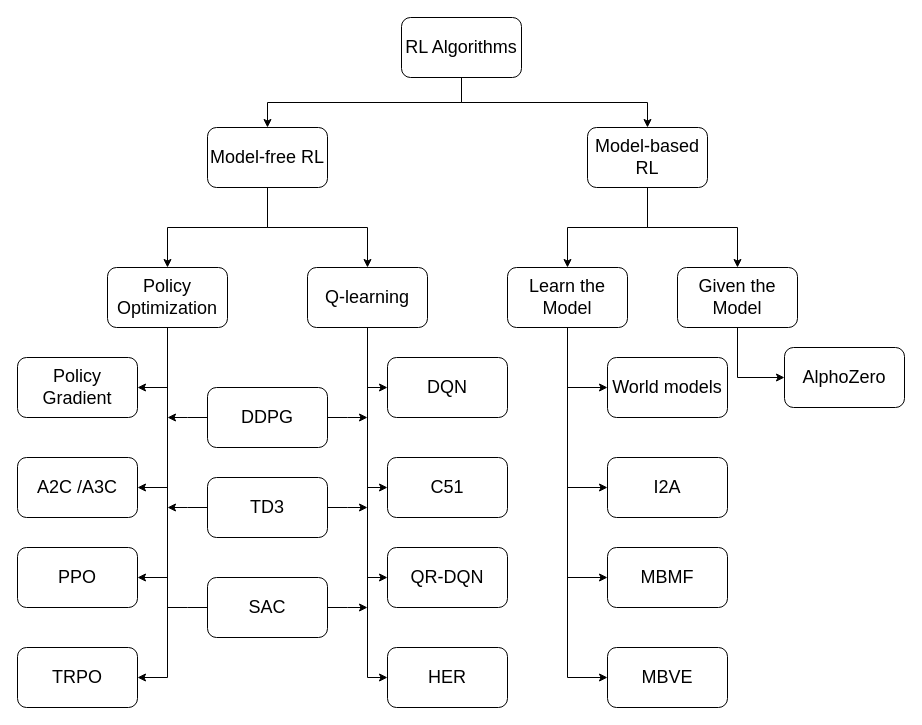
This is figures/未命名绘图.drawio from peisong0109/drawio, a draw.io file, before an edit. Source tidied: cells renumbered, new cells numbered last; positions are measured from the earlier drawing's top-left corner, leaving out a move shared by most shapes. Both pictures are drawn from the tidied source at 100%, with x=0, y=0 at pixel (17, 17).
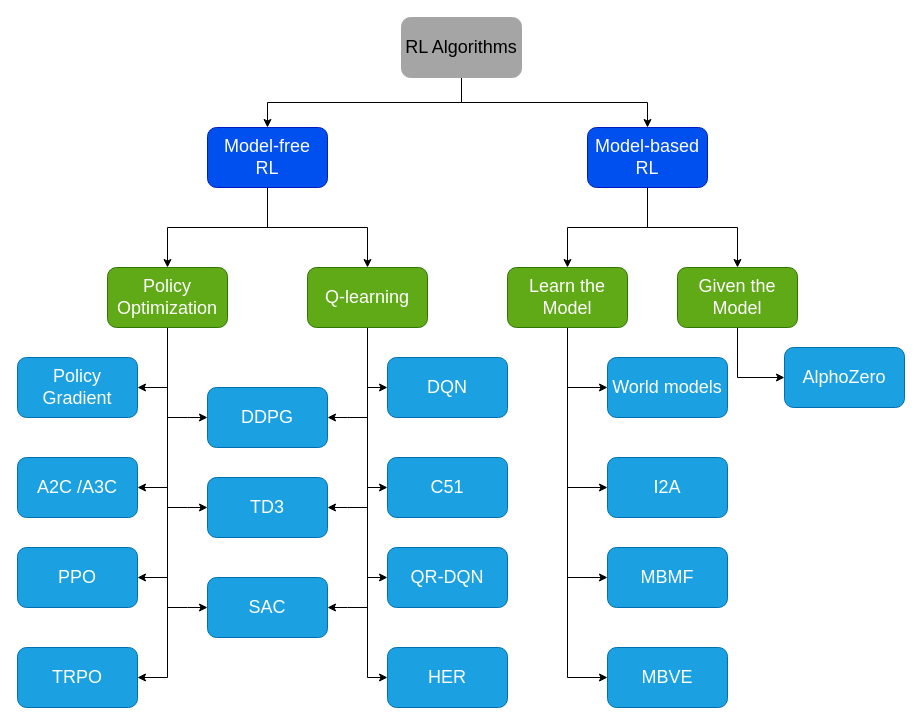
After the change.

The edit, as a diff of the source:
```diff
@@
-    <mxCell id="4" value="RL Algorithms" style="rounded=1;whiteSpace=wrap;html=1;fontSize=18;" parent="1" vertex="1">
+    <mxCell id="4" value="RL Algorithms" style="rounded=1;whiteSpace=wrap;html=1;fontSize=18;fillColor=#a5a5a5;fontColor=#000000;strokeColor=#a5a5a5;" parent="1" vertex="1">
       <mxGeometry x="384" width="120" height="60" as="geometry" />
     </mxCell>
@@
-    <mxCell id="7" value="Model-based RL" style="rounded=1;whiteSpace=wrap;html=1;fontSize=18;" parent="1" vertex="1">
+    <mxCell id="7" value="Model-based RL" style="rounded=1;whiteSpace=wrap;html=1;fontSize=18;fillColor=#0050ef;fontColor=#ffffff;strokeColor=#001DBC;" parent="1" vertex="1">
       <mxGeometry x="570" y="110" width="120" height="60" as="geometry" />
     </mxCell>
@@
-    <mxCell id="10" value="Model-free RL" style="rounded=1;whiteSpace=wrap;html=1;fontSize=18;" parent="1" vertex="1">
+    <mxCell id="10" value="Model-free &lt;br&gt;RL" style="rounded=1;whiteSpace=wrap;html=1;fontSize=18;fillColor=#0050ef;fontColor=#ffffff;strokeColor=#001DBC;" parent="1" vertex="1">
       <mxGeometry x="190" y="110" width="120" height="60" as="geometry" />
     </mxCell>
@@
-    <mxCell id="15" value="Policy Optimization" style="whiteSpace=wrap;html=1;fontSize=18;rounded=1;" parent="1" vertex="1">
+    <mxCell id="15" value="Policy Optimization" style="whiteSpace=wrap;html=1;fontSize=18;rounded=1;fillColor=#60a917;fontColor=#ffffff;strokeColor=#2D7600;" parent="1" vertex="1">
       <mxGeometry x="90" y="250" width="120" height="60" as="geometry" />
     </mxCell>
@@
-    <mxCell id="20" value="Q-learning" style="whiteSpace=wrap;html=1;fontSize=18;rounded=1;" parent="1" vertex="1">
+    <mxCell id="20" value="Q-learning" style="whiteSpace=wrap;html=1;fontSize=18;rounded=1;fillColor=#60a917;fontColor=#ffffff;strokeColor=#2D7600;" parent="1" vertex="1">
       <mxGeometry x="290" y="250" width="120" height="60" as="geometry" />
     </mxCell>
-    <mxCell id="21" value="Policy Gradient" style="whiteSpace=wrap;html=1;fontSize=18;rounded=1;" parent="1" vertex="1">
+    <mxCell id="21" value="Policy Gradient" style="whiteSpace=wrap;html=1;fontSize=18;rounded=1;fillColor=#1ba1e2;fontColor=#ffffff;strokeColor=#006EAF;" parent="1" vertex="1">
       <mxGeometry y="340" width="120" height="60" as="geometry" />
     </mxCell>
-    <mxCell id="22" value="TRPO" style="whiteSpace=wrap;html=1;fontSize=18;rounded=1;" parent="1" vertex="1">
+    <mxCell id="22" value="TRPO" style="whiteSpace=wrap;html=1;fontSize=18;rounded=1;fillColor=#1ba1e2;fontColor=#ffffff;strokeColor=#006EAF;" parent="1" vertex="1">
       <mxGeometry y="630" width="120" height="60" as="geometry" />
     </mxCell>
-    <mxCell id="23" value="PPO" style="whiteSpace=wrap;html=1;fontSize=18;rounded=1;" parent="1" vertex="1">
+    <mxCell id="23" value="PPO" style="whiteSpace=wrap;html=1;fontSize=18;rounded=1;fillColor=#1ba1e2;fontColor=#ffffff;strokeColor=#006EAF;" parent="1" vertex="1">
       <mxGeometry y="530" width="120" height="60" as="geometry" />
     </mxCell>
-    <mxCell id="24" value="A2C /A3C" style="whiteSpace=wrap;html=1;fontSize=18;rounded=1;" parent="1" vertex="1">
+    <mxCell id="24" value="A2C /A3C" style="whiteSpace=wrap;html=1;fontSize=18;rounded=1;fillColor=#1ba1e2;fontColor=#ffffff;strokeColor=#006EAF;" parent="1" vertex="1">
       <mxGeometry y="440" width="120" height="60" as="geometry" />
     </mxCell>
-    <mxCell id="25" value="DQN" style="whiteSpace=wrap;html=1;fontSize=18;rounded=1;" parent="1" vertex="1">
+    <mxCell id="25" value="DQN" style="whiteSpace=wrap;html=1;fontSize=18;rounded=1;fillColor=#1ba1e2;fontColor=#ffffff;strokeColor=#006EAF;" parent="1" vertex="1">
       <mxGeometry x="370" y="340" width="120" height="60" as="geometry" />
     </mxCell>
-    <mxCell id="26" value="HER" style="whiteSpace=wrap;html=1;fontSize=18;rounded=1;" parent="1" vertex="1">
+    <mxCell id="26" value="HER" style="whiteSpace=wrap;html=1;fontSize=18;rounded=1;fillColor=#1ba1e2;fontColor=#ffffff;strokeColor=#006EAF;" parent="1" vertex="1">
       <mxGeometry x="370" y="630" width="120" height="60" as="geometry" />
     </mxCell>
-    <mxCell id="27" value="QR-DQN" style="whiteSpace=wrap;html=1;fontSize=18;rounded=1;" parent="1" vertex="1">
+    <mxCell id="27" value="QR-DQN" style="whiteSpace=wrap;html=1;fontSize=18;rounded=1;fillColor=#1ba1e2;fontColor=#ffffff;strokeColor=#006EAF;" parent="1" vertex="1">
       <mxGeometry x="370" y="530" width="120" height="60" as="geometry" />
     </mxCell>
-    <mxCell id="28" value="C51" style="whiteSpace=wrap;html=1;fontSize=18;rounded=1;" parent="1" vertex="1">
+    <mxCell id="28" value="C51" style="whiteSpace=wrap;html=1;fontSize=18;rounded=1;fillColor=#1ba1e2;fontColor=#ffffff;strokeColor=#006EAF;" parent="1" vertex="1">
       <mxGeometry x="370" y="440" width="120" height="60" as="geometry" />
     </mxCell>
-    <mxCell id="29" style="edgeStyle=orthogonalEdgeStyle;rounded=0;jettySize=auto;html=1;exitX=0;exitY=0.5;exitDx=0;exitDy=0;endArrow=none;endFill=0;" parent="1" edge="1" source="31">
+    <mxCell id="29" style="edgeStyle=orthogonalEdgeStyle;rounded=0;jettySize=auto;html=1;exitX=0;exitY=0.5;exitDx=0;exitDy=0;endArrow=none;endFill=0;fillColor=#1ba1e2;strokeColor=#000000;startArrow=classic;startFill=1;" parent="1" edge="1" source="31">
       <mxGeometry relative="1" as="geometry">
         <mxPoint x="150" y="590" as="targetPoint" />
       </mxGeometry>
     </mxCell>
-    <mxCell id="30" style="edgeStyle=orthogonalEdgeStyle;rounded=0;jettySize=auto;html=1;exitX=1;exitY=0.5;exitDx=0;exitDy=0;startArrow=none;startFill=0;" parent="1" edge="1" source="31">
+    <mxCell id="30" style="edgeStyle=orthogonalEdgeStyle;rounded=0;jettySize=auto;html=1;exitX=1;exitY=0.5;exitDx=0;exitDy=0;startArrow=classic;startFill=1;fillColor=#1ba1e2;strokeColor=#000000;endArrow=none;endFill=0;" parent="1" edge="1" source="31">
       <mxGeometry relative="1" as="geometry">
         <mxPoint x="350" y="590" as="targetPoint" />
       </mxGeometry>
     </mxCell>
-    <mxCell id="31" value="SAC" style="whiteSpace=wrap;html=1;fontSize=18;rounded=1;" parent="1" vertex="1">
+    <mxCell id="31" value="SAC" style="whiteSpace=wrap;html=1;fontSize=18;rounded=1;fillColor=#1ba1e2;fontColor=#ffffff;strokeColor=#006EAF;" parent="1" vertex="1">
       <mxGeometry x="190" y="560" width="120" height="60" as="geometry" />
     </mxCell>
-    <mxCell id="32" style="edgeStyle=orthogonalEdgeStyle;rounded=0;jettySize=auto;html=1;exitX=0;exitY=0.5;exitDx=0;exitDy=0;startArrow=none;startFill=0;" parent="1" edge="1" source="34">
+    <mxCell id="32" style="edgeStyle=orthogonalEdgeStyle;rounded=0;jettySize=auto;html=1;exitX=0;exitY=0.5;exitDx=0;exitDy=0;startArrow=classic;startFill=1;fillColor=#1ba1e2;strokeColor=#000000;endArrow=none;endFill=0;" parent="1" edge="1" source="34">
       <mxGeometry relative="1" as="geometry">
         <mxPoint x="150" y="490" as="targetPoint" />
       </mxGeometry>
     </mxCell>
-    <mxCell id="33" style="edgeStyle=orthogonalEdgeStyle;rounded=0;jettySize=auto;html=1;exitX=1;exitY=0.5;exitDx=0;exitDy=0;startArrow=none;startFill=0;" parent="1" edge="1" source="34">
+    <mxCell id="33" style="edgeStyle=orthogonalEdgeStyle;rounded=0;jettySize=auto;html=1;exitX=1;exitY=0.5;exitDx=0;exitDy=0;startArrow=classic;startFill=1;fillColor=#1ba1e2;strokeColor=#000000;endArrow=none;endFill=0;" parent="1" edge="1" source="34">
       <mxGeometry relative="1" as="geometry">
         <mxPoint x="350" y="490" as="targetPoint" />
       </mxGeometry>
     </mxCell>
-    <mxCell id="34" value="TD3" style="whiteSpace=wrap;html=1;fontSize=18;rounded=1;" parent="1" vertex="1">
+    <mxCell id="34" value="TD3" style="whiteSpace=wrap;html=1;fontSize=18;rounded=1;fillColor=#1ba1e2;fontColor=#ffffff;strokeColor=#006EAF;" parent="1" vertex="1">
       <mxGeometry x="190" y="460" width="120" height="60" as="geometry" />
     </mxCell>
-    <mxCell id="35" style="edgeStyle=orthogonalEdgeStyle;rounded=0;jettySize=auto;html=1;exitX=0;exitY=0.5;exitDx=0;exitDy=0;startArrow=none;startFill=0;" parent="1" edge="1" source="37">
+    <mxCell id="35" style="edgeStyle=orthogonalEdgeStyle;rounded=0;jettySize=auto;html=1;exitX=0;exitY=0.5;exitDx=0;exitDy=0;startArrow=classic;startFill=1;fillColor=#1ba1e2;strokeColor=#000000;endArrow=none;endFill=0;" parent="1" edge="1" source="37">
       <mxGeometry relative="1" as="geometry">
         <mxPoint x="150" y="400" as="targetPoint" />
       </mxGeometry>
     </mxCell>
-    <mxCell id="36" style="edgeStyle=orthogonalEdgeStyle;rounded=0;jettySize=auto;html=1;exitX=1;exitY=0.5;exitDx=0;exitDy=0;startArrow=none;startFill=0;" parent="1" edge="1" source="37">
+    <mxCell id="36" style="edgeStyle=orthogonalEdgeStyle;rounded=0;jettySize=auto;html=1;exitX=1;exitY=0.5;exitDx=0;exitDy=0;startArrow=classic;startFill=1;fillColor=#1ba1e2;strokeColor=#000000;endArrow=none;endFill=0;" parent="1" edge="1" source="37">
       <mxGeometry relative="1" as="geometry">
         <mxPoint x="350" y="400" as="targetPoint" />
       </mxGeometry>
     </mxCell>
-    <mxCell id="37" value="DDPG" style="whiteSpace=wrap;html=1;fontSize=18;rounded=1;" parent="1" vertex="1">
+    <mxCell id="37" value="DDPG" style="whiteSpace=wrap;html=1;fontSize=18;rounded=1;fillColor=#1ba1e2;fontColor=#ffffff;strokeColor=#006EAF;" parent="1" vertex="1">
       <mxGeometry x="190" y="370" width="120" height="60" as="geometry" />
     </mxCell>
@@
-    <mxCell id="42" value="Learn the Model" style="whiteSpace=wrap;html=1;fontSize=18;rounded=1;" parent="1" vertex="1">
+    <mxCell id="42" value="Learn the Model" style="whiteSpace=wrap;html=1;fontSize=18;rounded=1;fillColor=#60a917;fontColor=#ffffff;strokeColor=#2D7600;" parent="1" vertex="1">
       <mxGeometry x="490" y="250" width="120" height="60" as="geometry" />
     </mxCell>
@@
-    <mxCell id="44" value="Given the Model" style="whiteSpace=wrap;html=1;fontSize=18;rounded=1;" parent="1" vertex="1">
+    <mxCell id="44" value="Given the Model" style="whiteSpace=wrap;html=1;fontSize=18;rounded=1;fillColor=#60a917;fontColor=#ffffff;strokeColor=#2D7600;" parent="1" vertex="1">
       <mxGeometry x="660" y="250" width="120" height="60" as="geometry" />
     </mxCell>
-    <mxCell id="45" value="World models" style="whiteSpace=wrap;html=1;fontSize=18;rounded=1;" parent="1" vertex="1">
+    <mxCell id="45" value="World models" style="whiteSpace=wrap;html=1;fontSize=18;rounded=1;fillColor=#1ba1e2;fontColor=#ffffff;strokeColor=#006EAF;" parent="1" vertex="1">
       <mxGeometry x="590" y="340" width="120" height="60" as="geometry" />
     </mxCell>
-    <mxCell id="46" value="MBVE" style="whiteSpace=wrap;html=1;fontSize=18;rounded=1;" parent="1" vertex="1">
+    <mxCell id="46" value="MBVE" style="whiteSpace=wrap;html=1;fontSize=18;rounded=1;fillColor=#1ba1e2;fontColor=#ffffff;strokeColor=#006EAF;" parent="1" vertex="1">
       <mxGeometry x="590" y="630" width="120" height="60" as="geometry" />
     </mxCell>
-    <mxCell id="47" value="MBMF" style="whiteSpace=wrap;html=1;fontSize=18;rounded=1;" parent="1" vertex="1">
+    <mxCell id="47" value="MBMF" style="whiteSpace=wrap;html=1;fontSize=18;rounded=1;fillColor=#1ba1e2;fontColor=#ffffff;strokeColor=#006EAF;" parent="1" vertex="1">
       <mxGeometry x="590" y="530" width="120" height="60" as="geometry" />
     </mxCell>
-    <mxCell id="48" value="I2A" style="whiteSpace=wrap;html=1;fontSize=18;rounded=1;" parent="1" vertex="1">
+    <mxCell id="48" value="I2A" style="whiteSpace=wrap;html=1;fontSize=18;rounded=1;fillColor=#1ba1e2;fontColor=#ffffff;strokeColor=#006EAF;" parent="1" vertex="1">
       <mxGeometry x="590" y="440" width="120" height="60" as="geometry" />
     </mxCell>
-    <mxCell id="49" value="AlphoZero" style="whiteSpace=wrap;html=1;fontSize=18;rounded=1;" parent="1" vertex="1">
+    <mxCell id="49" value="AlphoZero" style="whiteSpace=wrap;html=1;fontSize=18;rounded=1;fillColor=#1ba1e2;fontColor=#ffffff;strokeColor=#006EAF;" parent="1" vertex="1">
       <mxGeometry x="767" y="330" width="120" height="60" as="geometry" />
     </mxCell>
```
